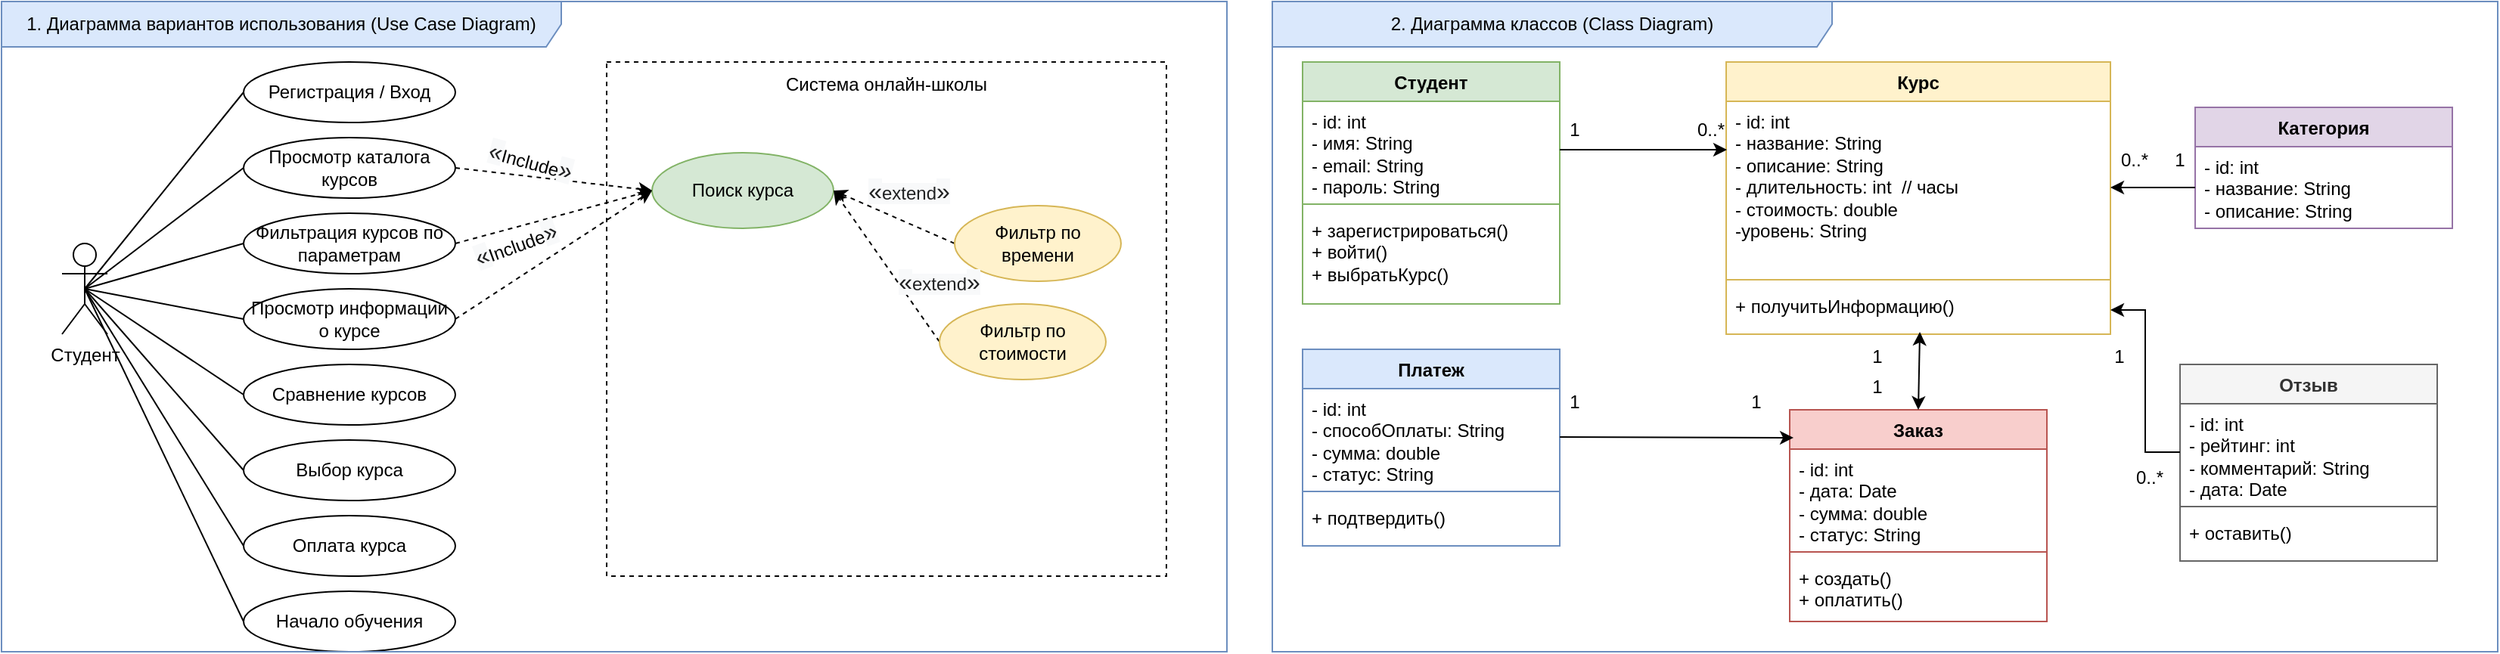
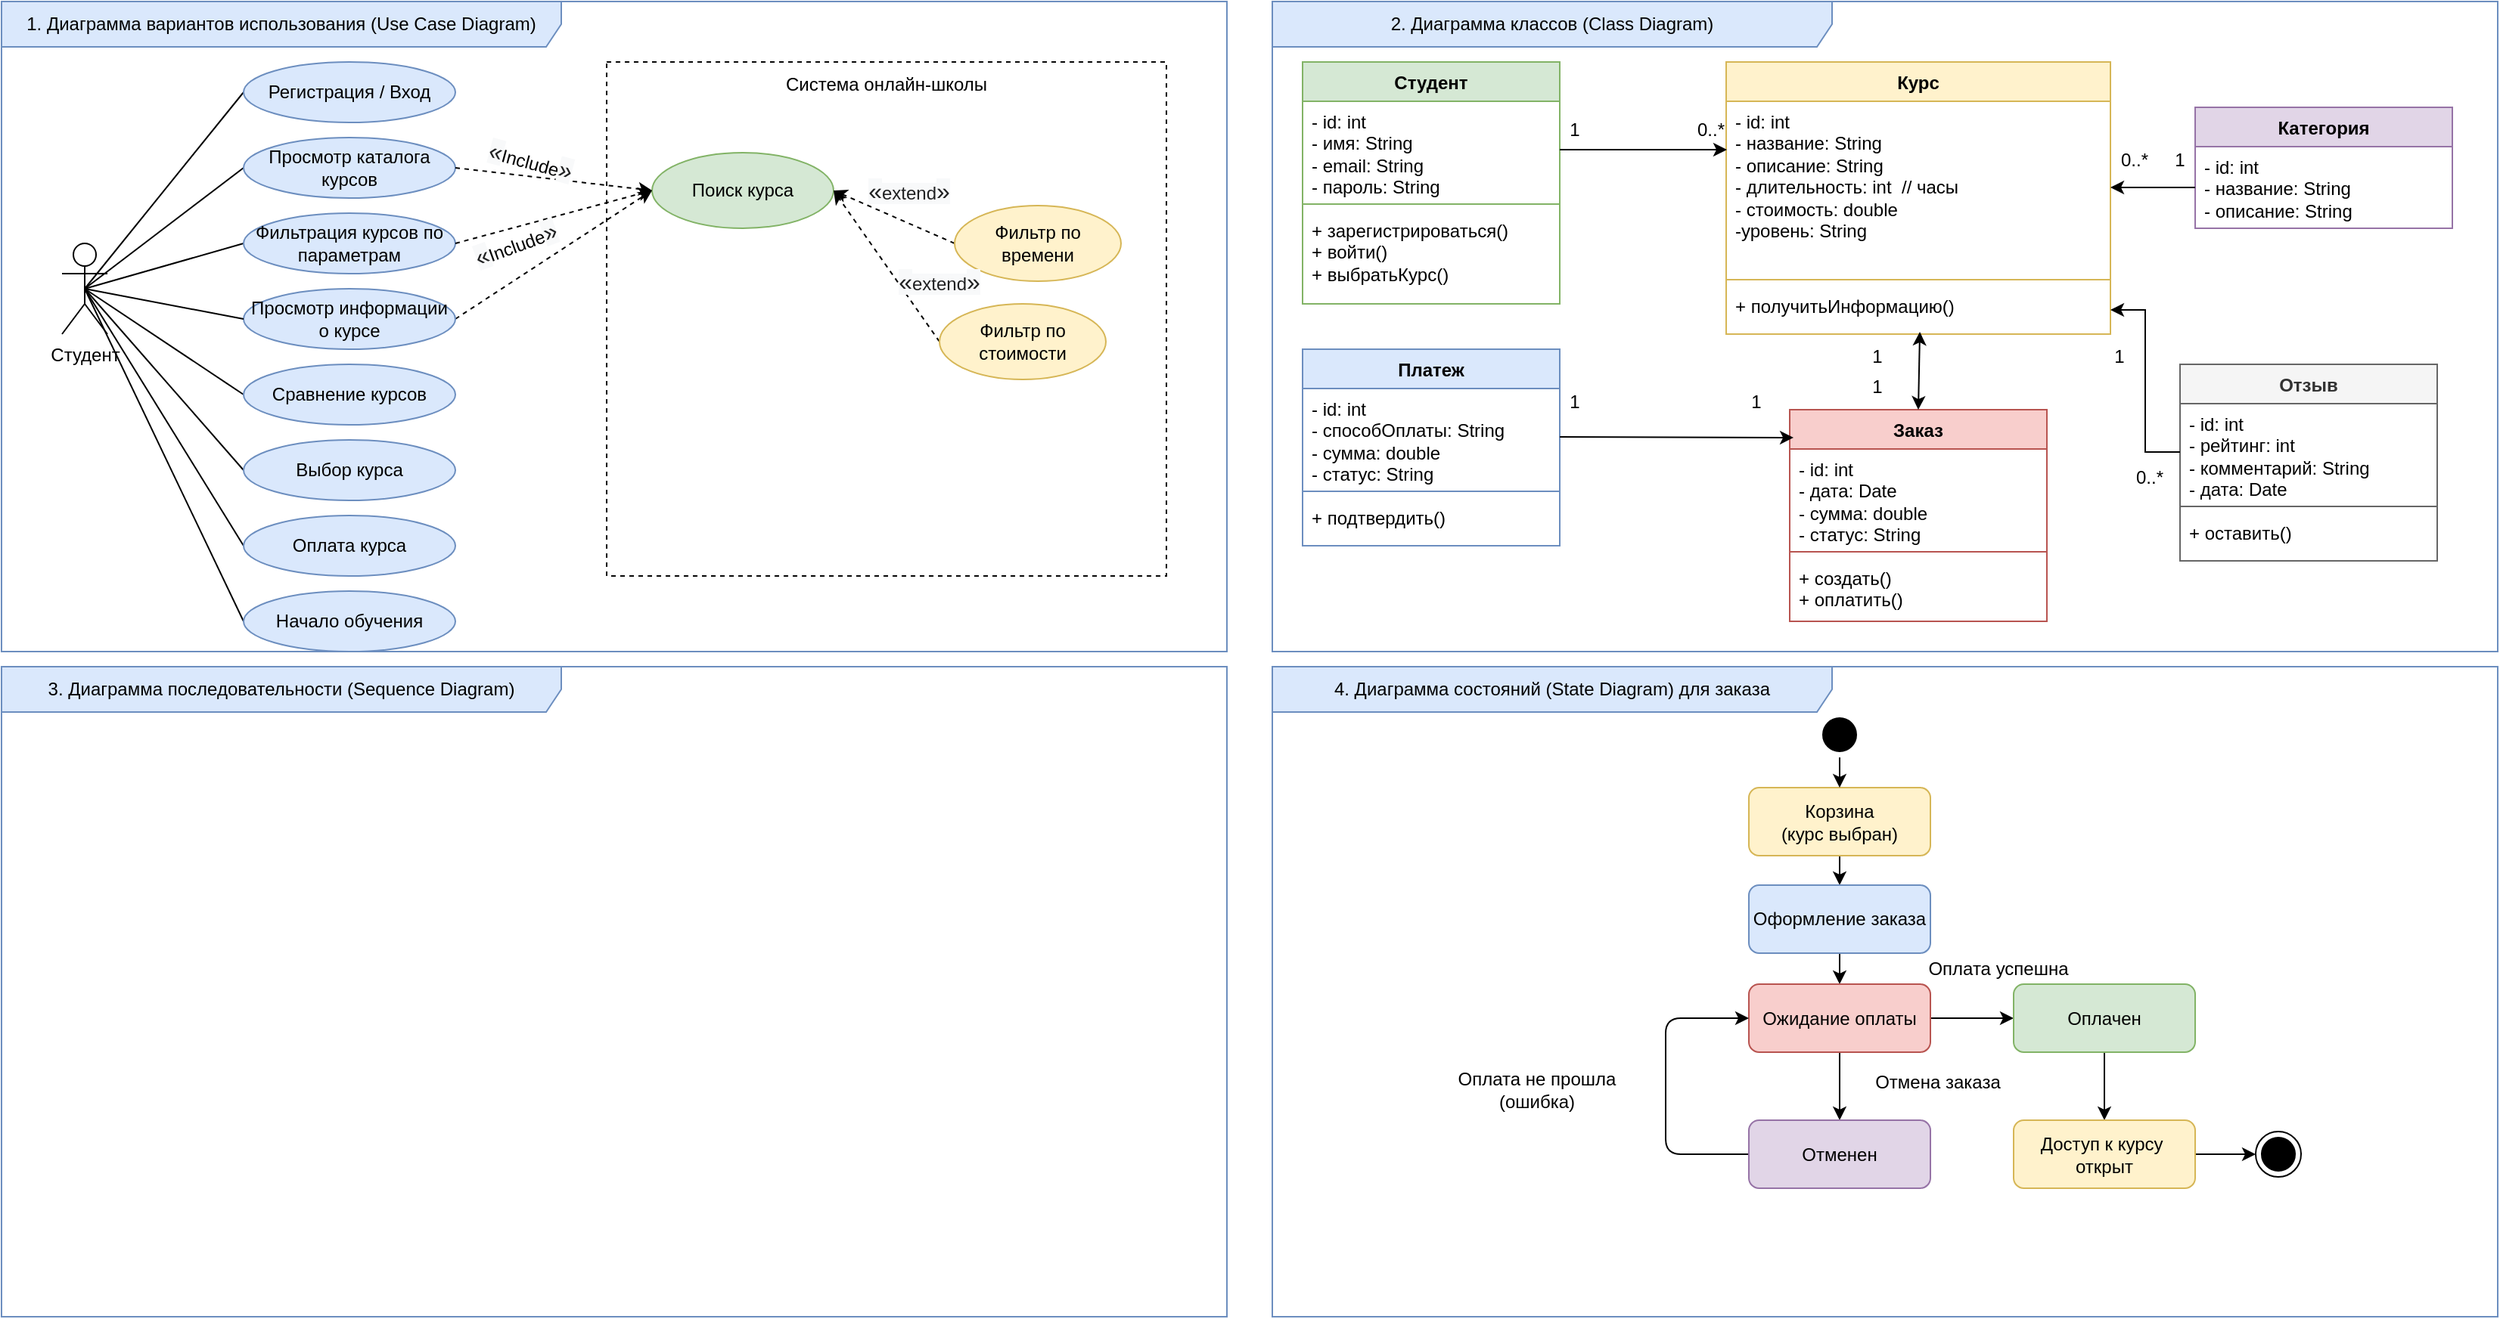
<mxfile host="app.diagrams.net">
  <diagram name="Страница-1" id="D9qNlymfPTsSxVgft2LI">
-     <mxGraphModel dx="1618" dy="1089" grid="1" gridSize="10" guides="1" tooltips="1" connect="1" arrows="1" fold="1" page="1" pageScale="1" pageWidth="827" pageHeight="1169" math="0" shadow="0">
+     <mxGraphModel dx="1403" dy="944" grid="1" gridSize="10" guides="1" tooltips="1" connect="1" arrows="1" fold="1" page="1" pageScale="1" pageWidth="827" pageHeight="1169" math="0" shadow="0">
      <root>
        <mxCell id="0" />
        <mxCell id="1" parent="0" />
        <mxCell id="Ora9MrkWIrVl9lBXlNgj-35" parent="1" style="rounded=0;whiteSpace=wrap;html=1;strokeColor=default;dashed=1;" value="" vertex="1">
          <mxGeometry height="340" width="370" x="400" y="40" as="geometry" />
        </mxCell>
        <mxCell id="Ora9MrkWIrVl9lBXlNgj-28" edge="1" parent="1" source="Ora9MrkWIrVl9lBXlNgj-1" style="edgeStyle=none;rounded=0;orthogonalLoop=1;jettySize=auto;html=1;exitX=0.5;exitY=0.5;exitDx=0;exitDy=0;exitPerimeter=0;entryX=0;entryY=0.5;entryDx=0;entryDy=0;endArrow=none;endFill=0;" target="Ora9MrkWIrVl9lBXlNgj-5">
          <mxGeometry relative="1" as="geometry" />
        </mxCell>
        <mxCell id="Ora9MrkWIrVl9lBXlNgj-29" edge="1" parent="1" source="Ora9MrkWIrVl9lBXlNgj-1" style="edgeStyle=none;rounded=0;orthogonalLoop=1;jettySize=auto;html=1;exitX=0.5;exitY=0.5;exitDx=0;exitDy=0;exitPerimeter=0;entryX=0;entryY=0.5;entryDx=0;entryDy=0;endArrow=none;endFill=0;" target="Ora9MrkWIrVl9lBXlNgj-6">
          <mxGeometry relative="1" as="geometry" />
        </mxCell>
        <mxCell id="Ora9MrkWIrVl9lBXlNgj-30" edge="1" parent="1" source="Ora9MrkWIrVl9lBXlNgj-1" style="edgeStyle=none;rounded=0;orthogonalLoop=1;jettySize=auto;html=1;exitX=0.5;exitY=0.5;exitDx=0;exitDy=0;exitPerimeter=0;entryX=0;entryY=0.5;entryDx=0;entryDy=0;endArrow=none;endFill=0;" target="Ora9MrkWIrVl9lBXlNgj-13">
          <mxGeometry relative="1" as="geometry" />
        </mxCell>
        <mxCell id="Ora9MrkWIrVl9lBXlNgj-31" edge="1" parent="1" source="Ora9MrkWIrVl9lBXlNgj-1" style="edgeStyle=none;rounded=0;orthogonalLoop=1;jettySize=auto;html=1;exitX=0.5;exitY=0.5;exitDx=0;exitDy=0;exitPerimeter=0;entryX=0;entryY=0.5;entryDx=0;entryDy=0;endArrow=none;endFill=0;" target="Ora9MrkWIrVl9lBXlNgj-14">
          <mxGeometry relative="1" as="geometry" />
        </mxCell>
        <mxCell id="Ora9MrkWIrVl9lBXlNgj-32" edge="1" parent="1" source="Ora9MrkWIrVl9lBXlNgj-1" style="edgeStyle=none;rounded=0;orthogonalLoop=1;jettySize=auto;html=1;exitX=0.5;exitY=0.5;exitDx=0;exitDy=0;exitPerimeter=0;entryX=0;entryY=0.5;entryDx=0;entryDy=0;endArrow=none;endFill=0;" target="Ora9MrkWIrVl9lBXlNgj-15">
          <mxGeometry relative="1" as="geometry" />
        </mxCell>
        <mxCell id="Ora9MrkWIrVl9lBXlNgj-33" edge="1" parent="1" source="Ora9MrkWIrVl9lBXlNgj-1" style="edgeStyle=none;rounded=0;orthogonalLoop=1;jettySize=auto;html=1;exitX=0.5;exitY=0.5;exitDx=0;exitDy=0;exitPerimeter=0;entryX=0;entryY=0.5;entryDx=0;entryDy=0;endArrow=none;endFill=0;" target="Ora9MrkWIrVl9lBXlNgj-16">
          <mxGeometry relative="1" as="geometry" />
        </mxCell>
        <mxCell id="Ora9MrkWIrVl9lBXlNgj-34" edge="1" parent="1" source="Ora9MrkWIrVl9lBXlNgj-1" style="edgeStyle=none;rounded=0;orthogonalLoop=1;jettySize=auto;html=1;exitX=0.5;exitY=0.5;exitDx=0;exitDy=0;exitPerimeter=0;entryX=0;entryY=0.5;entryDx=0;entryDy=0;endArrow=none;endFill=0;" target="Ora9MrkWIrVl9lBXlNgj-17">
          <mxGeometry relative="1" as="geometry" />
        </mxCell>
        <mxCell id="Ora9MrkWIrVl9lBXlNgj-1" parent="1" style="shape=umlActor;verticalLabelPosition=bottom;verticalAlign=top;html=1;outlineConnect=0;" value="Студент" vertex="1">
          <mxGeometry height="60" width="30" x="40" y="160" as="geometry" />
        </mxCell>
        <mxCell id="Ora9MrkWIrVl9lBXlNgj-3" edge="1" parent="1" style="endArrow=none;html=1;rounded=0;strokeColor=none;curved=1;" value="">
          <mxGeometry height="50" relative="1" width="50" as="geometry">
            <mxPoint x="390" y="330" as="sourcePoint" />
            <mxPoint x="440" y="280" as="targetPoint" />
          </mxGeometry>
        </mxCell>
-         <mxCell id="Ora9MrkWIrVl9lBXlNgj-5" parent="1" style="ellipse;whiteSpace=wrap;html=1;" value="Регистрация / Вход" vertex="1">
+         <mxCell id="Ora9MrkWIrVl9lBXlNgj-5" parent="1" style="ellipse;whiteSpace=wrap;html=1;fillColor=#dae8fc;strokeColor=#6c8ebf;" value="Регистрация / Вход" vertex="1">
          <mxGeometry height="40" width="140" x="160" y="40" as="geometry" />
        </mxCell>
-         <mxCell id="Ora9MrkWIrVl9lBXlNgj-6" parent="1" style="ellipse;whiteSpace=wrap;html=1;" value="Просмотр каталога курсов" vertex="1">
+         <mxCell id="Ora9MrkWIrVl9lBXlNgj-6" parent="1" style="ellipse;whiteSpace=wrap;html=1;fillColor=#dae8fc;strokeColor=#6c8ebf;" value="Просмотр каталога курсов" vertex="1">
          <mxGeometry height="40" width="140" x="160" y="90" as="geometry" />
        </mxCell>
-         <mxCell id="Ora9MrkWIrVl9lBXlNgj-13" parent="1" style="ellipse;whiteSpace=wrap;html=1;" value="Фильтрация курсов по параметрам" vertex="1">
+         <mxCell id="Ora9MrkWIrVl9lBXlNgj-13" parent="1" style="ellipse;whiteSpace=wrap;html=1;fillColor=#dae8fc;strokeColor=#6c8ebf;" value="Фильтрация курсов по параметрам" vertex="1">
          <mxGeometry height="40" width="140" x="160" y="140" as="geometry" />
        </mxCell>
-         <mxCell id="Ora9MrkWIrVl9lBXlNgj-14" parent="1" style="ellipse;whiteSpace=wrap;html=1;" value="Сравнение курсов" vertex="1">
+         <mxCell id="Ora9MrkWIrVl9lBXlNgj-14" parent="1" style="ellipse;whiteSpace=wrap;html=1;fillColor=#dae8fc;strokeColor=#6c8ebf;" value="Сравнение курсов" vertex="1">
          <mxGeometry height="40" width="140" x="160" y="240" as="geometry" />
        </mxCell>
-         <mxCell id="Ora9MrkWIrVl9lBXlNgj-15" parent="1" style="ellipse;whiteSpace=wrap;html=1;" value="Выбор курса" vertex="1">
+         <mxCell id="Ora9MrkWIrVl9lBXlNgj-15" parent="1" style="ellipse;whiteSpace=wrap;html=1;fillColor=#dae8fc;strokeColor=#6c8ebf;" value="Выбор курса" vertex="1">
          <mxGeometry height="40" width="140" x="160" y="290" as="geometry" />
        </mxCell>
-         <mxCell id="Ora9MrkWIrVl9lBXlNgj-16" parent="1" style="ellipse;whiteSpace=wrap;html=1;" value="Оплата курса" vertex="1">
+         <mxCell id="Ora9MrkWIrVl9lBXlNgj-16" parent="1" style="ellipse;whiteSpace=wrap;html=1;fillColor=#dae8fc;strokeColor=#6c8ebf;" value="Оплата курса" vertex="1">
          <mxGeometry height="40" width="140" x="160" y="340" as="geometry" />
        </mxCell>
-         <mxCell id="Ora9MrkWIrVl9lBXlNgj-17" parent="1" style="ellipse;whiteSpace=wrap;html=1;" value="Начало обучения" vertex="1">
+         <mxCell id="Ora9MrkWIrVl9lBXlNgj-17" parent="1" style="ellipse;whiteSpace=wrap;html=1;fillColor=#dae8fc;strokeColor=#6c8ebf;" value="Начало обучения" vertex="1">
          <mxGeometry height="40" width="140" x="160" y="390" as="geometry" />
        </mxCell>
        <mxCell id="Ora9MrkWIrVl9lBXlNgj-18" parent="1" style="shape=umlFrame;whiteSpace=wrap;html=1;pointerEvents=0;width=370;height=30;fillColor=#dae8fc;strokeColor=#6c8ebf;" value="1. Диаграмма вариантов использования (Use Case Diagram)" vertex="1">
          <mxGeometry height="430" width="810" as="geometry" />
        </mxCell>
        <mxCell id="Ora9MrkWIrVl9lBXlNgj-36" parent="1" style="text;html=1;whiteSpace=wrap;strokeColor=none;fillColor=none;align=center;verticalAlign=middle;rounded=0;" value="Система онлайн-школы" vertex="1">
          <mxGeometry height="30" width="160" x="505" y="40" as="geometry" />
        </mxCell>
        <mxCell id="Ora9MrkWIrVl9lBXlNgj-37" parent="1" style="ellipse;whiteSpace=wrap;html=1;fillColor=#d5e8d4;strokeColor=#82b366;" value="Поиск курса" vertex="1">
          <mxGeometry height="50" width="120" x="430" y="100" as="geometry" />
        </mxCell>
        <mxCell id="Ora9MrkWIrVl9lBXlNgj-38" edge="1" parent="1" source="Ora9MrkWIrVl9lBXlNgj-6" style="edgeStyle=none;rounded=0;orthogonalLoop=1;jettySize=auto;html=1;exitX=1;exitY=0.5;exitDx=0;exitDy=0;entryX=0;entryY=0.5;entryDx=0;entryDy=0;dashed=1;" target="Ora9MrkWIrVl9lBXlNgj-37">
          <mxGeometry relative="1" as="geometry" />
        </mxCell>
        <mxCell id="Ora9MrkWIrVl9lBXlNgj-39" edge="1" parent="1" source="Ora9MrkWIrVl9lBXlNgj-13" style="edgeStyle=none;rounded=0;orthogonalLoop=1;jettySize=auto;html=1;exitX=1;exitY=0.5;exitDx=0;exitDy=0;entryX=0;entryY=0.5;entryDx=0;entryDy=0;dashed=1;" target="Ora9MrkWIrVl9lBXlNgj-37">
          <mxGeometry relative="1" as="geometry" />
        </mxCell>
        <mxCell id="Ora9MrkWIrVl9lBXlNgj-43" edge="1" parent="1" source="Ora9MrkWIrVl9lBXlNgj-41" style="edgeStyle=none;rounded=0;orthogonalLoop=1;jettySize=auto;html=1;exitX=1;exitY=0.5;exitDx=0;exitDy=0;entryX=0;entryY=0.5;entryDx=0;entryDy=0;dashed=1;" target="Ora9MrkWIrVl9lBXlNgj-37">
          <mxGeometry relative="1" as="geometry" />
        </mxCell>
-         <mxCell id="Ora9MrkWIrVl9lBXlNgj-41" parent="1" style="ellipse;whiteSpace=wrap;html=1;" value="Просмотр информации о курсе" vertex="1">
+         <mxCell id="Ora9MrkWIrVl9lBXlNgj-41" parent="1" style="ellipse;whiteSpace=wrap;html=1;fillColor=#dae8fc;strokeColor=#6c8ebf;" value="Просмотр информации о курсе" vertex="1">
          <mxGeometry height="40" width="140" x="160" y="190" as="geometry" />
        </mxCell>
        <mxCell id="Ora9MrkWIrVl9lBXlNgj-42" edge="1" parent="1" source="Ora9MrkWIrVl9lBXlNgj-41" style="edgeStyle=none;rounded=0;orthogonalLoop=1;jettySize=auto;html=1;exitX=0;exitY=0.5;exitDx=0;exitDy=0;entryX=0.5;entryY=0.5;entryDx=0;entryDy=0;entryPerimeter=0;endArrow=none;endFill=0;" target="Ora9MrkWIrVl9lBXlNgj-1">
          <mxGeometry relative="1" as="geometry" />
        </mxCell>
        <mxCell id="Ora9MrkWIrVl9lBXlNgj-44" parent="1" style="text;html=1;whiteSpace=wrap;strokeColor=none;fillColor=none;align=center;verticalAlign=middle;rounded=0;rotation=15;" value="&lt;span style=&quot;color: rgb(32, 33, 34); font-family: sans-serif; font-size: 16px; text-align: start; background-color: rgb(248, 249, 250);&quot;&gt;«&lt;/span&gt;Include&lt;span style=&quot;color: rgb(32, 33, 34); font-family: sans-serif; font-size: 16px; text-align: start; background-color: rgb(248, 249, 250);&quot;&gt;»&lt;/span&gt;" vertex="1">
          <mxGeometry height="30" width="60" x="320" y="90" as="geometry" />
        </mxCell>
        <mxCell id="Ora9MrkWIrVl9lBXlNgj-45" parent="1" style="text;html=1;whiteSpace=wrap;strokeColor=none;fillColor=none;align=center;verticalAlign=middle;rounded=0;rotation=-20;" value="&lt;span style=&quot;color: rgb(32, 33, 34); font-family: sans-serif; font-size: 16px; text-align: start; background-color: rgb(248, 249, 250);&quot;&gt;«&lt;/span&gt;Include&lt;span style=&quot;color: rgb(32, 33, 34); font-family: sans-serif; font-size: 16px; text-align: start; background-color: rgb(248, 249, 250);&quot;&gt;»&lt;/span&gt;" vertex="1">
          <mxGeometry height="30" width="60" x="310" y="145" as="geometry" />
        </mxCell>
        <mxCell id="g0pQmNP9uAlrfDevc1Wt-4" edge="1" parent="1" source="g0pQmNP9uAlrfDevc1Wt-1" style="edgeStyle=none;rounded=0;orthogonalLoop=1;jettySize=auto;html=1;exitX=0;exitY=0.5;exitDx=0;exitDy=0;entryX=1;entryY=0.5;entryDx=0;entryDy=0;dashed=1;" target="Ora9MrkWIrVl9lBXlNgj-37">
          <mxGeometry relative="1" as="geometry" />
        </mxCell>
        <mxCell id="g0pQmNP9uAlrfDevc1Wt-1" parent="1" style="ellipse;whiteSpace=wrap;html=1;fillColor=#fff2cc;strokeColor=#d6b656;" value="Фильтр по времени" vertex="1">
          <mxGeometry height="50" width="110" x="630" y="135" as="geometry" />
        </mxCell>
        <mxCell id="g0pQmNP9uAlrfDevc1Wt-3" edge="1" parent="1" source="g0pQmNP9uAlrfDevc1Wt-2" style="edgeStyle=none;rounded=0;orthogonalLoop=1;jettySize=auto;html=1;exitX=0;exitY=0.5;exitDx=0;exitDy=0;entryX=1;entryY=0.5;entryDx=0;entryDy=0;dashed=1;" target="Ora9MrkWIrVl9lBXlNgj-37">
          <mxGeometry relative="1" as="geometry" />
        </mxCell>
        <mxCell id="g0pQmNP9uAlrfDevc1Wt-2" parent="1" style="ellipse;whiteSpace=wrap;html=1;fillColor=#fff2cc;strokeColor=#d6b656;" value="Фильтр по стоимости" vertex="1">
          <mxGeometry height="50" width="110" x="620" y="200" as="geometry" />
        </mxCell>
        <mxCell id="g0pQmNP9uAlrfDevc1Wt-5" parent="1" style="text;html=1;whiteSpace=wrap;strokeColor=none;fillColor=none;align=center;verticalAlign=middle;rounded=0;rotation=0;" value="&lt;div style=&quot;text-align: center;&quot;&gt;&lt;span style=&quot;color: rgb(32, 33, 34); font-family: sans-serif; font-size: 16px; text-align: start; background-color: rgb(248, 249, 250);&quot;&gt;«&lt;/span&gt;&lt;span style=&quot;text-align: start; background-color: rgb(248, 249, 250); color: rgb(32, 33, 34);&quot;&gt;extend&lt;/span&gt;&lt;span style=&quot;color: rgb(32, 33, 34); font-family: sans-serif; font-size: 16px; text-align: start; background-color: rgb(248, 249, 250);&quot;&gt;»&lt;/span&gt;&lt;/div&gt;" vertex="1">
          <mxGeometry height="30" width="60" x="570" y="110" as="geometry" />
        </mxCell>
        <mxCell id="g0pQmNP9uAlrfDevc1Wt-6" parent="1" style="text;html=1;whiteSpace=wrap;strokeColor=none;fillColor=none;align=center;verticalAlign=middle;rounded=0;rotation=0;" value="&lt;div style=&quot;text-align: center;&quot;&gt;&lt;span style=&quot;color: rgb(32, 33, 34); font-family: sans-serif; font-size: 16px; text-align: start; background-color: rgb(248, 249, 250);&quot;&gt;«&lt;/span&gt;&lt;span style=&quot;text-align: start; background-color: rgb(248, 249, 250); color: rgb(32, 33, 34);&quot;&gt;extend&lt;/span&gt;&lt;span style=&quot;color: rgb(32, 33, 34); font-family: sans-serif; font-size: 16px; text-align: start; background-color: rgb(248, 249, 250);&quot;&gt;»&lt;/span&gt;&lt;/div&gt;" vertex="1">
          <mxGeometry height="30" width="60" x="590" y="170" as="geometry" />
        </mxCell>
        <mxCell id="g0pQmNP9uAlrfDevc1Wt-7" parent="1" style="shape=umlFrame;whiteSpace=wrap;html=1;pointerEvents=0;width=370;height=30;fillColor=#dae8fc;strokeColor=#6c8ebf;" value="2. Диаграмма классов (Class Diagram)" vertex="1">
          <mxGeometry height="430" width="810" x="840" as="geometry" />
        </mxCell>
        <mxCell id="g0pQmNP9uAlrfDevc1Wt-8" parent="1" style="swimlane;fontStyle=1;align=center;verticalAlign=top;childLayout=stackLayout;horizontal=1;startSize=26;horizontalStack=0;resizeParent=1;resizeParentMax=0;resizeLast=0;collapsible=1;marginBottom=0;whiteSpace=wrap;html=1;fillColor=#d5e8d4;strokeColor=#82b366;" value="Студент" vertex="1">
          <mxGeometry height="160" width="170" x="860" y="40" as="geometry" />
        </mxCell>
        <mxCell id="g0pQmNP9uAlrfDevc1Wt-9" parent="g0pQmNP9uAlrfDevc1Wt-8" style="text;strokeColor=none;fillColor=none;align=left;verticalAlign=top;spacingLeft=4;spacingRight=4;overflow=hidden;rotatable=0;points=[[0,0.5],[1,0.5]];portConstraint=eastwest;whiteSpace=wrap;html=1;" value="- id: int&lt;div&gt;- имя: String&lt;/div&gt;&lt;div&gt;- email: String&lt;/div&gt;&lt;div&gt;- пароль: String&lt;br&gt;&lt;div&gt;&lt;br&gt;&lt;/div&gt;&lt;/div&gt;" vertex="1">
          <mxGeometry height="64" width="170" y="26" as="geometry" />
        </mxCell>
        <mxCell id="g0pQmNP9uAlrfDevc1Wt-10" parent="g0pQmNP9uAlrfDevc1Wt-8" style="line;strokeWidth=1;fillColor=none;align=left;verticalAlign=middle;spacingTop=-1;spacingLeft=3;spacingRight=3;rotatable=0;labelPosition=right;points=[];portConstraint=eastwest;strokeColor=inherit;" value="" vertex="1">
          <mxGeometry height="8" width="170" y="90" as="geometry" />
        </mxCell>
        <mxCell id="g0pQmNP9uAlrfDevc1Wt-11" parent="g0pQmNP9uAlrfDevc1Wt-8" style="text;strokeColor=none;fillColor=none;align=left;verticalAlign=top;spacingLeft=4;spacingRight=4;overflow=hidden;rotatable=0;points=[[0,0.5],[1,0.5]];portConstraint=eastwest;whiteSpace=wrap;html=1;" value="+ зарегистрироваться()&lt;div&gt;+ войти()&lt;/div&gt;&lt;div&gt;+ выбратьКурс()&lt;/div&gt;" vertex="1">
          <mxGeometry height="62" width="170" y="98" as="geometry" />
        </mxCell>
        <mxCell id="g0pQmNP9uAlrfDevc1Wt-12" parent="1" style="swimlane;fontStyle=1;align=center;verticalAlign=top;childLayout=stackLayout;horizontal=1;startSize=26;horizontalStack=0;resizeParent=1;resizeParentMax=0;resizeLast=0;collapsible=1;marginBottom=0;whiteSpace=wrap;html=1;fillColor=#fff2cc;strokeColor=#d6b656;" value="Курс" vertex="1">
          <mxGeometry height="180" width="254" x="1140" y="40" as="geometry">
            <mxRectangle height="30" width="70" x="1140" y="40" as="alternateBounds" />
          </mxGeometry>
        </mxCell>
        <mxCell id="g0pQmNP9uAlrfDevc1Wt-13" parent="g0pQmNP9uAlrfDevc1Wt-12" style="text;strokeColor=none;fillColor=none;align=left;verticalAlign=top;spacingLeft=4;spacingRight=4;overflow=hidden;rotatable=0;points=[[0,0.5],[1,0.5]];portConstraint=eastwest;whiteSpace=wrap;html=1;" value="- id: int&lt;div&gt;- название: String&lt;/div&gt;&lt;div&gt;- описание: String&lt;/div&gt;&lt;div&gt;- длительность: int&amp;nbsp; // часы&lt;br&gt;&lt;div&gt;- стоимость: double&lt;/div&gt;&lt;/div&gt;&lt;div&gt;-уровень: String&lt;/div&gt;" vertex="1">
          <mxGeometry height="114" width="254" y="26" as="geometry" />
        </mxCell>
        <mxCell id="g0pQmNP9uAlrfDevc1Wt-14" parent="g0pQmNP9uAlrfDevc1Wt-12" style="line;strokeWidth=1;fillColor=none;align=left;verticalAlign=middle;spacingTop=-1;spacingLeft=3;spacingRight=3;rotatable=0;labelPosition=right;points=[];portConstraint=eastwest;strokeColor=inherit;" value="" vertex="1">
          <mxGeometry height="8" width="254" y="140" as="geometry" />
        </mxCell>
        <mxCell id="g0pQmNP9uAlrfDevc1Wt-15" parent="g0pQmNP9uAlrfDevc1Wt-12" style="text;strokeColor=none;fillColor=none;align=left;verticalAlign=top;spacingLeft=4;spacingRight=4;overflow=hidden;rotatable=0;points=[[0,0.5],[1,0.5]];portConstraint=eastwest;whiteSpace=wrap;html=1;" value="+ получитьИнформацию()" vertex="1">
          <mxGeometry height="32" width="254" y="148" as="geometry" />
        </mxCell>
        <mxCell id="g0pQmNP9uAlrfDevc1Wt-16" edge="1" parent="1" source="g0pQmNP9uAlrfDevc1Wt-9" style="edgeStyle=none;rounded=0;orthogonalLoop=1;jettySize=auto;html=1;exitX=1;exitY=0.5;exitDx=0;exitDy=0;entryX=0.002;entryY=0.281;entryDx=0;entryDy=0;entryPerimeter=0;" target="g0pQmNP9uAlrfDevc1Wt-13" value="">
          <mxGeometry relative="1" as="geometry" />
        </mxCell>
        <mxCell id="g0pQmNP9uAlrfDevc1Wt-17" parent="1" style="swimlane;fontStyle=1;align=center;verticalAlign=top;childLayout=stackLayout;horizontal=1;startSize=26;horizontalStack=0;resizeParent=1;resizeParentMax=0;resizeLast=0;collapsible=1;marginBottom=0;whiteSpace=wrap;html=1;fillColor=#e1d5e7;strokeColor=#9673a6;" value="Категория" vertex="1">
          <mxGeometry height="80" width="170" x="1450" y="70" as="geometry" />
        </mxCell>
        <mxCell id="g0pQmNP9uAlrfDevc1Wt-18" parent="g0pQmNP9uAlrfDevc1Wt-17" style="text;strokeColor=none;fillColor=none;align=left;verticalAlign=top;spacingLeft=4;spacingRight=4;overflow=hidden;rotatable=0;points=[[0,0.5],[1,0.5]];portConstraint=eastwest;whiteSpace=wrap;html=1;" value="- id: int&lt;div&gt;- название: String&lt;/div&gt;&lt;div&gt;- описание: String&lt;/div&gt;&lt;div&gt;&lt;div&gt;&lt;br&gt;&lt;/div&gt;&lt;/div&gt;" vertex="1">
          <mxGeometry height="54" width="170" y="26" as="geometry" />
        </mxCell>
        <mxCell id="g0pQmNP9uAlrfDevc1Wt-21" edge="1" parent="1" source="g0pQmNP9uAlrfDevc1Wt-18" style="edgeStyle=none;rounded=0;orthogonalLoop=1;jettySize=auto;html=1;exitX=0;exitY=0.5;exitDx=0;exitDy=0;entryX=1;entryY=0.5;entryDx=0;entryDy=0;" target="g0pQmNP9uAlrfDevc1Wt-13">
          <mxGeometry relative="1" as="geometry" />
        </mxCell>
        <mxCell id="g0pQmNP9uAlrfDevc1Wt-22" parent="1" style="swimlane;fontStyle=1;align=center;verticalAlign=top;childLayout=stackLayout;horizontal=1;startSize=26;horizontalStack=0;resizeParent=1;resizeParentMax=0;resizeLast=0;collapsible=1;marginBottom=0;whiteSpace=wrap;html=1;fillColor=#dae8fc;strokeColor=#6c8ebf;" value="Платеж" vertex="1">
          <mxGeometry height="130" width="170" x="860" y="230" as="geometry" />
        </mxCell>
        <mxCell id="g0pQmNP9uAlrfDevc1Wt-23" parent="g0pQmNP9uAlrfDevc1Wt-22" style="text;strokeColor=none;fillColor=none;align=left;verticalAlign=top;spacingLeft=4;spacingRight=4;overflow=hidden;rotatable=0;points=[[0,0.5],[1,0.5]];portConstraint=eastwest;whiteSpace=wrap;html=1;" value="- id: int&lt;div&gt;- способОплаты: String&lt;/div&gt;&lt;div&gt;- сумма: double&lt;/div&gt;&lt;div&gt;- статус: String&lt;br&gt;&lt;div&gt;&lt;br&gt;&lt;/div&gt;&lt;/div&gt;" vertex="1">
          <mxGeometry height="64" width="170" y="26" as="geometry" />
        </mxCell>
        <mxCell id="g0pQmNP9uAlrfDevc1Wt-24" parent="g0pQmNP9uAlrfDevc1Wt-22" style="line;strokeWidth=1;fillColor=none;align=left;verticalAlign=middle;spacingTop=-1;spacingLeft=3;spacingRight=3;rotatable=0;labelPosition=right;points=[];portConstraint=eastwest;strokeColor=inherit;" value="" vertex="1">
          <mxGeometry height="8" width="170" y="90" as="geometry" />
        </mxCell>
        <mxCell id="g0pQmNP9uAlrfDevc1Wt-25" parent="g0pQmNP9uAlrfDevc1Wt-22" style="text;strokeColor=none;fillColor=none;align=left;verticalAlign=top;spacingLeft=4;spacingRight=4;overflow=hidden;rotatable=0;points=[[0,0.5],[1,0.5]];portConstraint=eastwest;whiteSpace=wrap;html=1;" value="+ подтвердить()&lt;div&gt;&lt;br&gt;&lt;/div&gt;" vertex="1">
          <mxGeometry height="32" width="170" y="98" as="geometry" />
        </mxCell>
        <mxCell id="g0pQmNP9uAlrfDevc1Wt-26" parent="1" style="swimlane;fontStyle=1;align=center;verticalAlign=top;childLayout=stackLayout;horizontal=1;startSize=26;horizontalStack=0;resizeParent=1;resizeParentMax=0;resizeLast=0;collapsible=1;marginBottom=0;whiteSpace=wrap;html=1;fillColor=#f8cecc;strokeColor=#b85450;" value="Заказ" vertex="1">
          <mxGeometry height="140" width="170" x="1182" y="270" as="geometry" />
        </mxCell>
        <mxCell id="g0pQmNP9uAlrfDevc1Wt-27" parent="g0pQmNP9uAlrfDevc1Wt-26" style="text;strokeColor=none;fillColor=none;align=left;verticalAlign=top;spacingLeft=4;spacingRight=4;overflow=hidden;rotatable=0;points=[[0,0.5],[1,0.5]];portConstraint=eastwest;whiteSpace=wrap;html=1;" value="- id: int&lt;div&gt;- дата: Date&lt;/div&gt;&lt;div&gt;- сумма: double&lt;/div&gt;&lt;div&gt;- статус: String&lt;br&gt;&lt;div&gt;&lt;br&gt;&lt;/div&gt;&lt;/div&gt;" vertex="1">
          <mxGeometry height="64" width="170" y="26" as="geometry" />
        </mxCell>
        <mxCell id="g0pQmNP9uAlrfDevc1Wt-28" parent="g0pQmNP9uAlrfDevc1Wt-26" style="line;strokeWidth=1;fillColor=none;align=left;verticalAlign=middle;spacingTop=-1;spacingLeft=3;spacingRight=3;rotatable=0;labelPosition=right;points=[];portConstraint=eastwest;strokeColor=inherit;" value="" vertex="1">
          <mxGeometry height="8" width="170" y="90" as="geometry" />
        </mxCell>
        <mxCell id="g0pQmNP9uAlrfDevc1Wt-29" parent="g0pQmNP9uAlrfDevc1Wt-26" style="text;strokeColor=none;fillColor=none;align=left;verticalAlign=top;spacingLeft=4;spacingRight=4;overflow=hidden;rotatable=0;points=[[0,0.5],[1,0.5]];portConstraint=eastwest;whiteSpace=wrap;html=1;" value="+ создать()&lt;div&gt;+ оплатить()&lt;/div&gt;" vertex="1">
          <mxGeometry height="42" width="170" y="98" as="geometry" />
        </mxCell>
        <mxCell id="g0pQmNP9uAlrfDevc1Wt-30" edge="1" parent="1" source="g0pQmNP9uAlrfDevc1Wt-26" style="rounded=0;orthogonalLoop=1;jettySize=auto;html=1;exitX=0.5;exitY=0;exitDx=0;exitDy=0;entryX=0.504;entryY=0.953;entryDx=0;entryDy=0;entryPerimeter=0;startArrow=classic;startFill=1;" target="g0pQmNP9uAlrfDevc1Wt-15">
          <mxGeometry relative="1" as="geometry" />
        </mxCell>
        <mxCell id="g0pQmNP9uAlrfDevc1Wt-32" edge="1" parent="1" source="g0pQmNP9uAlrfDevc1Wt-23" style="edgeStyle=none;rounded=0;orthogonalLoop=1;jettySize=auto;html=1;exitX=1;exitY=0.5;exitDx=0;exitDy=0;entryX=0.015;entryY=0.132;entryDx=0;entryDy=0;entryPerimeter=0;" target="g0pQmNP9uAlrfDevc1Wt-26">
          <mxGeometry relative="1" as="geometry" />
        </mxCell>
        <mxCell id="g0pQmNP9uAlrfDevc1Wt-33" parent="1" style="swimlane;fontStyle=1;align=center;verticalAlign=top;childLayout=stackLayout;horizontal=1;startSize=26;horizontalStack=0;resizeParent=1;resizeParentMax=0;resizeLast=0;collapsible=1;marginBottom=0;whiteSpace=wrap;html=1;fillColor=#f5f5f5;strokeColor=#666666;fontColor=#333333;" value="Отзыв" vertex="1">
          <mxGeometry height="130" width="170" x="1440" y="240" as="geometry" />
        </mxCell>
        <mxCell id="g0pQmNP9uAlrfDevc1Wt-34" parent="g0pQmNP9uAlrfDevc1Wt-33" style="text;strokeColor=none;fillColor=none;align=left;verticalAlign=top;spacingLeft=4;spacingRight=4;overflow=hidden;rotatable=0;points=[[0,0.5],[1,0.5]];portConstraint=eastwest;whiteSpace=wrap;html=1;" value="- id: int&lt;div&gt;- рейтинг: int&lt;/div&gt;&lt;div&gt;- комментарий: String&lt;/div&gt;&lt;div&gt;- дата: Date&lt;br&gt;&lt;div&gt;&lt;br&gt;&lt;/div&gt;&lt;/div&gt;" vertex="1">
          <mxGeometry height="64" width="170" y="26" as="geometry" />
        </mxCell>
        <mxCell id="g0pQmNP9uAlrfDevc1Wt-35" parent="g0pQmNP9uAlrfDevc1Wt-33" style="line;strokeWidth=1;fillColor=none;align=left;verticalAlign=middle;spacingTop=-1;spacingLeft=3;spacingRight=3;rotatable=0;labelPosition=right;points=[];portConstraint=eastwest;strokeColor=inherit;" value="" vertex="1">
          <mxGeometry height="8" width="170" y="90" as="geometry" />
        </mxCell>
        <mxCell id="g0pQmNP9uAlrfDevc1Wt-36" parent="g0pQmNP9uAlrfDevc1Wt-33" style="text;strokeColor=none;fillColor=none;align=left;verticalAlign=top;spacingLeft=4;spacingRight=4;overflow=hidden;rotatable=0;points=[[0,0.5],[1,0.5]];portConstraint=eastwest;whiteSpace=wrap;html=1;" value="+ оставить()&lt;div&gt;&lt;br&gt;&lt;/div&gt;" vertex="1">
          <mxGeometry height="32" width="170" y="98" as="geometry" />
        </mxCell>
        <mxCell id="g0pQmNP9uAlrfDevc1Wt-37" edge="1" parent="g0pQmNP9uAlrfDevc1Wt-33" source="g0pQmNP9uAlrfDevc1Wt-34" style="edgeStyle=none;rounded=0;orthogonalLoop=1;jettySize=auto;html=1;exitX=0;exitY=0.5;exitDx=0;exitDy=0;" target="g0pQmNP9uAlrfDevc1Wt-34">
          <mxGeometry relative="1" as="geometry" />
        </mxCell>
        <mxCell id="g0pQmNP9uAlrfDevc1Wt-38" edge="1" parent="1" source="g0pQmNP9uAlrfDevc1Wt-34" style="edgeStyle=orthogonalEdgeStyle;rounded=0;orthogonalLoop=1;jettySize=auto;html=1;exitX=0;exitY=0.5;exitDx=0;exitDy=0;entryX=1;entryY=0.5;entryDx=0;entryDy=0;elbow=vertical;" target="g0pQmNP9uAlrfDevc1Wt-15">
          <mxGeometry relative="1" as="geometry" />
        </mxCell>
        <mxCell id="g0pQmNP9uAlrfDevc1Wt-39" parent="1" style="text;html=1;whiteSpace=wrap;strokeColor=none;fillColor=none;align=center;verticalAlign=middle;rounded=0;" value="0..*" vertex="1">
          <mxGeometry height="20" width="60" x="1380" y="95" as="geometry" />
        </mxCell>
        <mxCell id="g0pQmNP9uAlrfDevc1Wt-40" parent="1" style="text;html=1;whiteSpace=wrap;strokeColor=none;fillColor=none;align=center;verticalAlign=middle;rounded=0;" value="1" vertex="1">
          <mxGeometry height="30" width="60" x="1410" y="90" as="geometry" />
        </mxCell>
        <mxCell id="g0pQmNP9uAlrfDevc1Wt-41" parent="1" style="text;html=1;whiteSpace=wrap;strokeColor=none;fillColor=none;align=center;verticalAlign=middle;rounded=0;" value="1" vertex="1">
          <mxGeometry height="30" width="60" x="1370" y="220" as="geometry" />
        </mxCell>
        <mxCell id="g0pQmNP9uAlrfDevc1Wt-42" parent="1" style="text;html=1;whiteSpace=wrap;strokeColor=none;fillColor=none;align=center;verticalAlign=middle;rounded=0;" value="0..*" vertex="1">
          <mxGeometry height="30" width="60" x="1390" y="300" as="geometry" />
        </mxCell>
        <mxCell id="g0pQmNP9uAlrfDevc1Wt-43" parent="1" style="text;html=1;whiteSpace=wrap;strokeColor=none;fillColor=none;align=center;verticalAlign=middle;rounded=0;" value="1" vertex="1">
          <mxGeometry height="30" width="60" x="1210" y="220" as="geometry" />
        </mxCell>
        <mxCell id="g0pQmNP9uAlrfDevc1Wt-44" parent="1" style="text;html=1;whiteSpace=wrap;strokeColor=none;fillColor=none;align=center;verticalAlign=middle;rounded=0;" value="1" vertex="1">
          <mxGeometry height="30" width="60" x="1210" y="240" as="geometry" />
        </mxCell>
        <mxCell id="g0pQmNP9uAlrfDevc1Wt-45" parent="1" style="text;html=1;whiteSpace=wrap;strokeColor=none;fillColor=none;align=center;verticalAlign=middle;rounded=0;" value="1" vertex="1">
          <mxGeometry height="30" width="60" x="1010" y="70" as="geometry" />
        </mxCell>
        <mxCell id="g0pQmNP9uAlrfDevc1Wt-46" parent="1" style="text;html=1;whiteSpace=wrap;strokeColor=none;fillColor=none;align=center;verticalAlign=middle;rounded=0;" value="0..*" vertex="1">
          <mxGeometry height="30" width="60" x="1100" y="70" as="geometry" />
        </mxCell>
        <mxCell id="g0pQmNP9uAlrfDevc1Wt-47" parent="1" style="text;html=1;whiteSpace=wrap;strokeColor=none;fillColor=none;align=center;verticalAlign=middle;rounded=0;" value="1" vertex="1">
          <mxGeometry height="30" width="60" x="1010" y="250" as="geometry" />
        </mxCell>
        <mxCell id="g0pQmNP9uAlrfDevc1Wt-48" parent="1" style="text;html=1;whiteSpace=wrap;strokeColor=none;fillColor=none;align=center;verticalAlign=middle;rounded=0;" value="1" vertex="1">
          <mxGeometry height="30" width="60" x="1130" y="250" as="geometry" />
        </mxCell>
+         <mxCell id="g0pQmNP9uAlrfDevc1Wt-49" parent="1" style="shape=umlFrame;whiteSpace=wrap;html=1;pointerEvents=0;width=370;height=30;fillColor=#dae8fc;strokeColor=#6c8ebf;" value="3. Диаграмма последовательности (Sequence Diagram)" vertex="1">
+           <mxGeometry height="430" width="810" y="440" as="geometry" />
+         </mxCell>
+         <mxCell id="g0pQmNP9uAlrfDevc1Wt-50" parent="1" style="shape=umlFrame;whiteSpace=wrap;html=1;pointerEvents=0;width=370;height=30;fillColor=#dae8fc;strokeColor=#6c8ebf;" value="4. Диаграмма состояний (State Diagram) для заказа" vertex="1">
+           <mxGeometry height="430" width="810" x="840" y="440" as="geometry" />
+         </mxCell>
+         <mxCell id="g0pQmNP9uAlrfDevc1Wt-58" edge="1" parent="1" source="g0pQmNP9uAlrfDevc1Wt-51" style="edgeStyle=none;rounded=0;orthogonalLoop=1;jettySize=auto;html=1;exitX=0.5;exitY=1;exitDx=0;exitDy=0;" target="g0pQmNP9uAlrfDevc1Wt-57">
+           <mxGeometry relative="1" as="geometry" />
+         </mxCell>
+         <mxCell id="g0pQmNP9uAlrfDevc1Wt-51" parent="1" style="rounded=1;whiteSpace=wrap;html=1;fillColor=#fff2cc;strokeColor=#d6b656;" value="Корзина&lt;div&gt;(курс выбран)&lt;/div&gt;" vertex="1">
+           <mxGeometry height="45" width="120" x="1155" y="520" as="geometry" />
+         </mxCell>
+         <mxCell id="g0pQmNP9uAlrfDevc1Wt-56" edge="1" parent="1" source="g0pQmNP9uAlrfDevc1Wt-54" style="edgeStyle=none;rounded=0;orthogonalLoop=1;jettySize=auto;html=1;exitX=0.5;exitY=1;exitDx=0;exitDy=0;entryX=0.5;entryY=0;entryDx=0;entryDy=0;" target="g0pQmNP9uAlrfDevc1Wt-51">
+           <mxGeometry relative="1" as="geometry" />
+         </mxCell>
+         <mxCell id="g0pQmNP9uAlrfDevc1Wt-54" parent="1" style="ellipse;html=1;shape=startState;fillColor=#000000;strokeColor=light-dark(#000000, #ff9090);" value="" vertex="1">
+           <mxGeometry height="30" width="30" x="1200" y="470" as="geometry" />
+         </mxCell>
+         <mxCell id="g0pQmNP9uAlrfDevc1Wt-60" edge="1" parent="1" source="g0pQmNP9uAlrfDevc1Wt-57" style="edgeStyle=none;rounded=0;orthogonalLoop=1;jettySize=auto;html=1;exitX=0.5;exitY=1;exitDx=0;exitDy=0;entryX=0.5;entryY=0;entryDx=0;entryDy=0;" target="g0pQmNP9uAlrfDevc1Wt-59">
+           <mxGeometry relative="1" as="geometry" />
+         </mxCell>
+         <mxCell id="g0pQmNP9uAlrfDevc1Wt-57" parent="1" style="rounded=1;whiteSpace=wrap;html=1;fillColor=#dae8fc;strokeColor=#6c8ebf;" value="Оформление заказа" vertex="1">
+           <mxGeometry height="45" width="120" x="1155" y="584.5" as="geometry" />
+         </mxCell>
+         <mxCell id="g0pQmNP9uAlrfDevc1Wt-65" edge="1" parent="1" source="g0pQmNP9uAlrfDevc1Wt-59" style="edgeStyle=none;rounded=0;orthogonalLoop=1;jettySize=auto;html=1;exitX=1;exitY=0.5;exitDx=0;exitDy=0;entryX=0;entryY=0.5;entryDx=0;entryDy=0;" target="g0pQmNP9uAlrfDevc1Wt-63">
+           <mxGeometry relative="1" as="geometry" />
+         </mxCell>
+         <mxCell id="g0pQmNP9uAlrfDevc1Wt-67" edge="1" parent="1" source="g0pQmNP9uAlrfDevc1Wt-59" style="edgeStyle=none;rounded=0;orthogonalLoop=1;jettySize=auto;html=1;exitX=0.5;exitY=1;exitDx=0;exitDy=0;entryX=0.5;entryY=0;entryDx=0;entryDy=0;" target="g0pQmNP9uAlrfDevc1Wt-66">
+           <mxGeometry relative="1" as="geometry" />
+         </mxCell>
+         <mxCell id="g0pQmNP9uAlrfDevc1Wt-59" parent="1" style="rounded=1;whiteSpace=wrap;html=1;fillColor=#f8cecc;strokeColor=#b85450;" value="Ожидание оплаты" vertex="1">
+           <mxGeometry height="45" width="120" x="1155" y="650" as="geometry" />
+         </mxCell>
+         <mxCell id="g0pQmNP9uAlrfDevc1Wt-73" edge="1" parent="1" source="g0pQmNP9uAlrfDevc1Wt-63" style="edgeStyle=none;rounded=0;orthogonalLoop=1;jettySize=auto;html=1;exitX=0.5;exitY=1;exitDx=0;exitDy=0;entryX=0.5;entryY=0;entryDx=0;entryDy=0;" target="g0pQmNP9uAlrfDevc1Wt-71">
+           <mxGeometry relative="1" as="geometry" />
+         </mxCell>
+         <mxCell id="g0pQmNP9uAlrfDevc1Wt-63" parent="1" style="rounded=1;whiteSpace=wrap;html=1;fillColor=#d5e8d4;strokeColor=#82b366;" value="Оплачен" vertex="1">
+           <mxGeometry height="45" width="120" x="1330" y="650" as="geometry" />
+         </mxCell>
+         <mxCell id="g0pQmNP9uAlrfDevc1Wt-69" edge="1" parent="1" source="g0pQmNP9uAlrfDevc1Wt-66" style="edgeStyle=orthogonalEdgeStyle;rounded=1;orthogonalLoop=1;jettySize=auto;html=1;exitX=0;exitY=0.5;exitDx=0;exitDy=0;entryX=0;entryY=0.5;entryDx=0;entryDy=0;curved=0;" target="g0pQmNP9uAlrfDevc1Wt-59">
+           <mxGeometry relative="1" as="geometry">
+             <Array as="points">
+               <mxPoint x="1100" y="763" />
+               <mxPoint x="1100" y="673" />
+             </Array>
+           </mxGeometry>
+         </mxCell>
+         <mxCell id="g0pQmNP9uAlrfDevc1Wt-66" parent="1" style="rounded=1;whiteSpace=wrap;html=1;fillColor=#e1d5e7;strokeColor=#9673a6;" value="Отменен" vertex="1">
+           <mxGeometry height="45" width="120" x="1155" y="740" as="geometry" />
+         </mxCell>
+         <mxCell id="g0pQmNP9uAlrfDevc1Wt-68" parent="1" style="text;html=1;whiteSpace=wrap;strokeColor=none;fillColor=none;align=center;verticalAlign=middle;rounded=0;" value="Отмена заказа" vertex="1">
+           <mxGeometry height="30" width="120" x="1220" y="700" as="geometry" />
+         </mxCell>
+         <mxCell id="g0pQmNP9uAlrfDevc1Wt-70" parent="1" style="text;html=1;whiteSpace=wrap;strokeColor=none;fillColor=none;align=center;verticalAlign=middle;rounded=0;" value="Оплата не прошла&lt;div&gt;(ошибка)&lt;/div&gt;" vertex="1">
+           <mxGeometry height="50" width="130" x="950" y="695" as="geometry" />
+         </mxCell>
+         <mxCell id="g0pQmNP9uAlrfDevc1Wt-75" edge="1" parent="1" source="g0pQmNP9uAlrfDevc1Wt-71" style="edgeStyle=none;rounded=0;orthogonalLoop=1;jettySize=auto;html=1;exitX=1;exitY=0.5;exitDx=0;exitDy=0;" target="g0pQmNP9uAlrfDevc1Wt-74">
+           <mxGeometry relative="1" as="geometry" />
+         </mxCell>
+         <mxCell id="g0pQmNP9uAlrfDevc1Wt-71" parent="1" style="rounded=1;whiteSpace=wrap;html=1;fillColor=#fff2cc;strokeColor=#d6b656;" value="Доступ к курсу&amp;nbsp;&lt;div&gt;открыт&lt;/div&gt;" vertex="1">
+           <mxGeometry height="45" width="120" x="1330" y="740" as="geometry" />
+         </mxCell>
+         <mxCell id="g0pQmNP9uAlrfDevc1Wt-74" parent="1" style="ellipse;html=1;shape=endState;fillColor=#000000;strokeColor=#000000;" value="" vertex="1">
+           <mxGeometry height="30" width="30" x="1490" y="747.5" as="geometry" />
+         </mxCell>
+         <mxCell id="g0pQmNP9uAlrfDevc1Wt-76" parent="1" style="text;html=1;whiteSpace=wrap;strokeColor=#000000;fillColor=none;align=center;verticalAlign=middle;rounded=0;fontSize=12;" value="Оплата успешна" vertex="1">
+           <mxGeometry width="120" x="1260" y="640" as="geometry" />
+         </mxCell>
      </root>
    </mxGraphModel>
  </diagram>
</mxfile>
